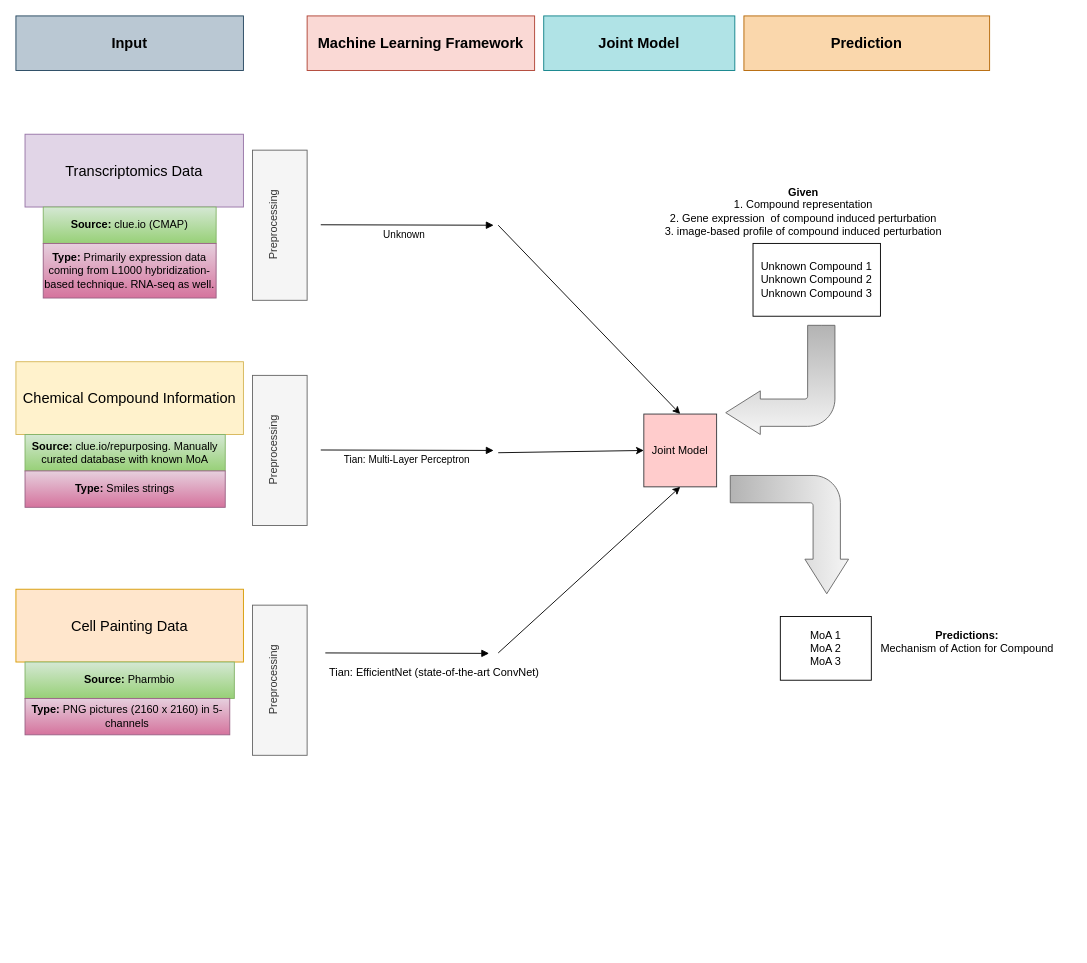
Above: Untitled Diagram.drawio in sverige16/m_thesis (draw.io), before the change. Source tidied: cells renumbered, new cells numbered last; positions are measured from the earlier drawing's top-left corner, leaving out a move shared by most shapes. Both pictures are drawn from the tidied source at 91%, with x=0, y=0 at pixel (15, 15).
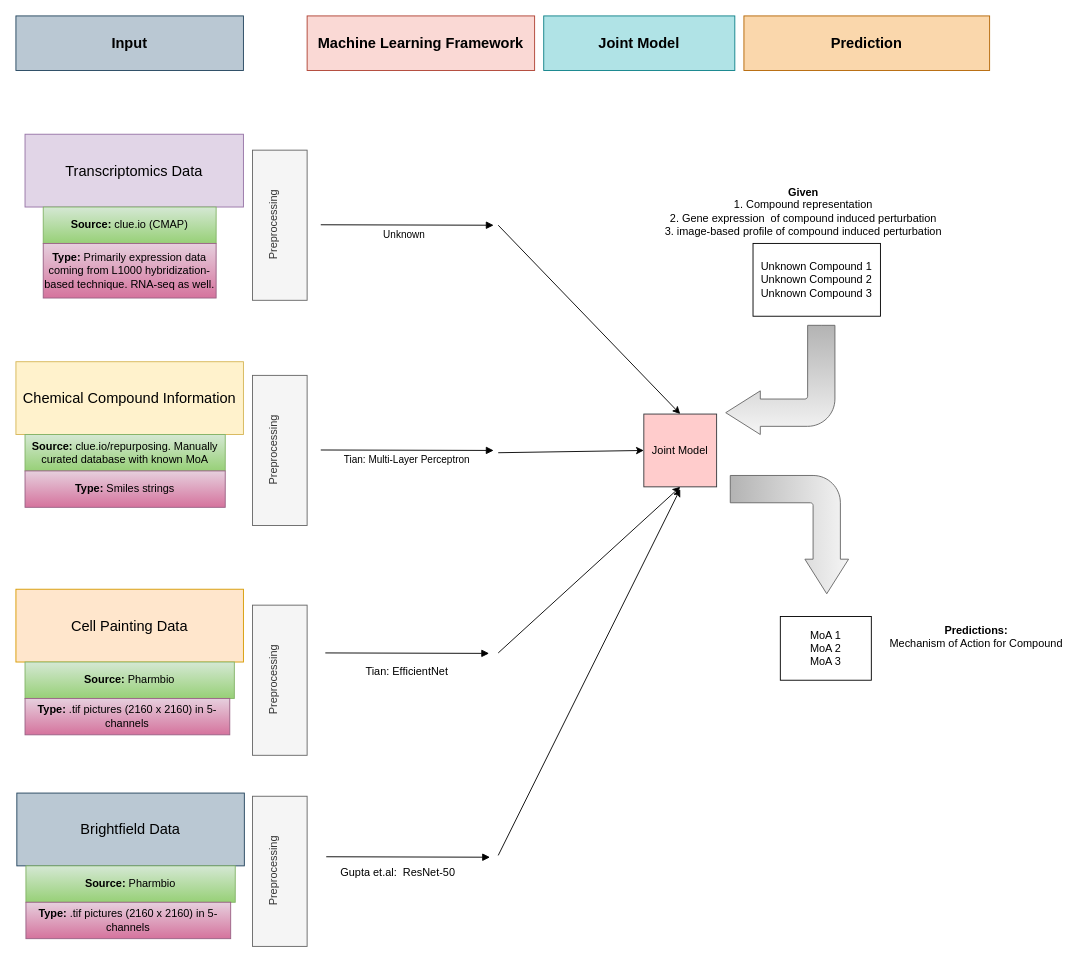
Above is the later version.

What changed in the source:
```diff
@@
-    <mxCell id="9" value="Tian: EfficientNet (state-of-the-art ConvNet)" style="verticalAlign=bottom;endArrow=block;shadow=0;strokeWidth=1;fontSize=12;" parent="1" edge="1">
-      <mxGeometry x="0.33" y="-30" relative="1" as="geometry">
+    <mxCell id="9" value="Tian: EfficientNet " style="verticalAlign=bottom;endArrow=block;shadow=0;strokeWidth=1;fontSize=12;" parent="1" edge="1">
+      <mxGeometry y="-30" relative="1" as="geometry">
         <mxPoint x="340" y="700" as="sourcePoint" />
         <mxPoint x="520" y="700.5" as="targetPoint" />
       </mxGeometry>
     </mxCell>
@@
-    <mxCell id="15" value="&lt;b&gt;Type:&lt;/b&gt;&amp;nbsp;PNG pictures (2160 x 2160) in 5-channels" style="rounded=0;whiteSpace=wrap;html=1;fillColor=#e6d0de;gradientColor=#d5739d;strokeColor=#996185;" parent="1" vertex="1">
+    <mxCell id="15" value="&lt;b&gt;Type:&lt;/b&gt; .tif pictures (2160 x 2160) in 5-channels" style="rounded=0;whiteSpace=wrap;html=1;fillColor=#e6d0de;gradientColor=#d5739d;strokeColor=#996185;" parent="1" vertex="1">
       <mxGeometry x="10" y="750" width="225" height="40" as="geometry" />
     </mxCell>
@@
     <mxCell id="30" value="&lt;div&gt;&lt;b&gt;Predictions:&lt;/b&gt;&lt;/div&gt;&lt;div&gt;Mechanism of Action for Compound&lt;/div&gt;&lt;div&gt;&lt;br&gt;&lt;/div&gt;" style="text;html=1;align=center;verticalAlign=middle;strokeColor=none;fillColor=none;fontSize=12;" parent="1" vertex="1">
-      <mxGeometry x="940" y="665" width="210" height="60" as="geometry" />
+      <mxGeometry x="950" y="660" width="210" height="60" as="geometry" />
     </mxCell>
+    <mxCell id="31" value="&lt;font style=&quot;font-size: 16px;&quot;&gt;Brightfield Data&lt;/font&gt;" style="rounded=0;whiteSpace=wrap;html=1;fillColor=#bac8d3;strokeColor=#23445d;" parent="1" vertex="1">
+      <mxGeometry x="1" y="854" width="250" height="80" as="geometry" />
+    </mxCell>
+    <mxCell id="32" value="&lt;b&gt;Source: &lt;/b&gt;Pharmbio " style="rounded=0;whiteSpace=wrap;html=1;fillColor=#d5e8d4;gradientColor=#97d077;strokeColor=#82b366;" parent="1" vertex="1">
+      <mxGeometry x="11" y="934" width="230" height="40" as="geometry" />
+    </mxCell>
+    <mxCell id="33" value="Gupta et.al:  ResNet-50" style="verticalAlign=bottom;endArrow=block;shadow=0;strokeWidth=1;fontSize=12;" parent="1" edge="1">
+      <mxGeometry x="-0.12" y="-26" relative="1" as="geometry">
+        <mxPoint x="341" y="924" as="sourcePoint" />
+        <mxPoint x="521" y="924.5" as="targetPoint" />
+      </mxGeometry>
+    </mxCell>
+    <mxCell id="34" value="&lt;div&gt;&lt;b&gt;Type:&lt;/b&gt; .tif pictures (2160 x 2160) in 5-channels&lt;/div&gt;" style="rounded=0;whiteSpace=wrap;html=1;fillColor=#e6d0de;gradientColor=#d5739d;strokeColor=#996185;" parent="1" vertex="1">
+      <mxGeometry x="11" y="974" width="225" height="40" as="geometry" />
+    </mxCell>
+    <mxCell id="35" value="&lt;div&gt;Preprocessing&lt;/div&gt;&lt;div&gt;&lt;br&gt;&lt;/div&gt;" style="rounded=0;whiteSpace=wrap;html=1;rotation=-90;fillColor=#f5f5f5;fontColor=#333333;strokeColor=#666666;" parent="1" vertex="1">
+      <mxGeometry x="207.5" y="910" width="165" height="60" as="geometry" />
+    </mxCell>
+    <mxCell id="36" style="endArrow=classic;html=1;rounded=0;" parent="1" edge="1">
+      <mxGeometry relative="1" as="geometry">
+        <mxPoint x="530" y="922.5" as="sourcePoint" />
+        <mxPoint x="730" y="520" as="targetPoint" />
+      </mxGeometry>
+    </mxCell>
```
